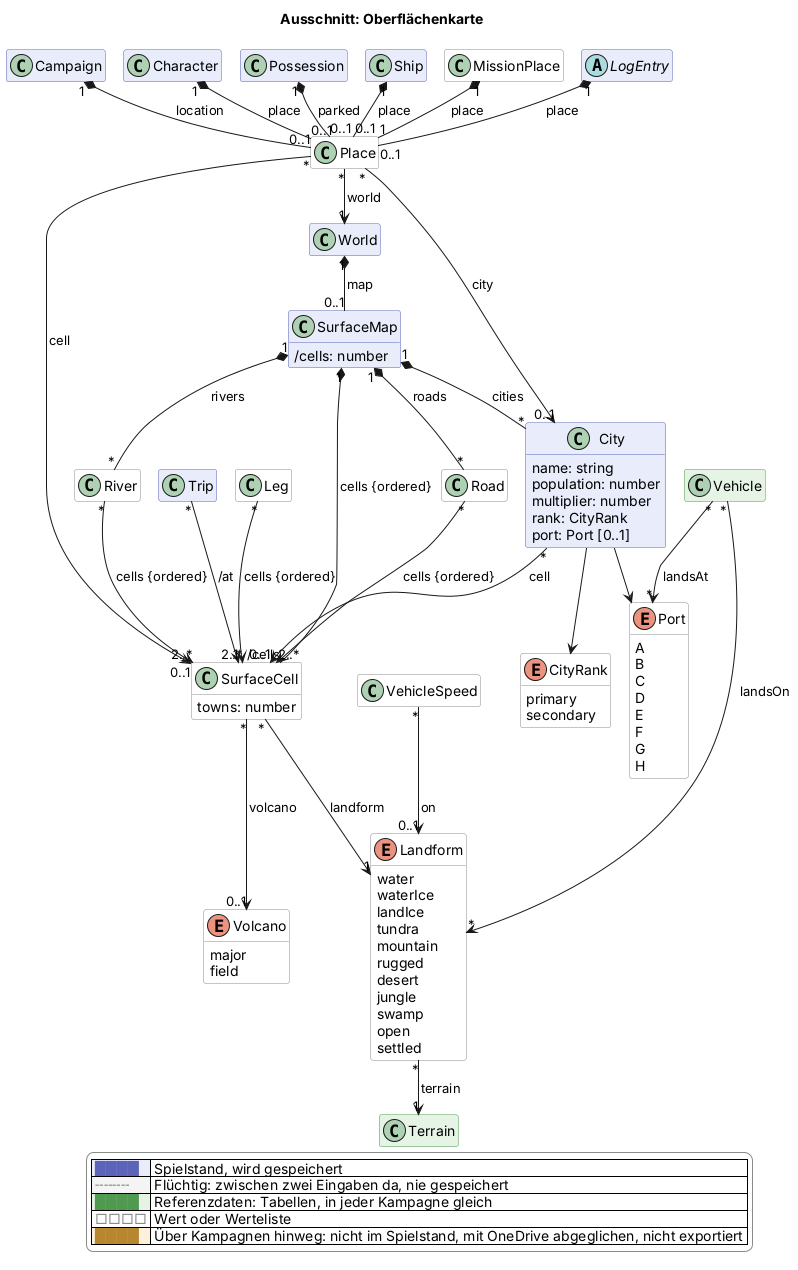
scuzzar/SRE keeps this PlantUML diagram as docs/views/oberflaeche.png. Above is the earlier version.
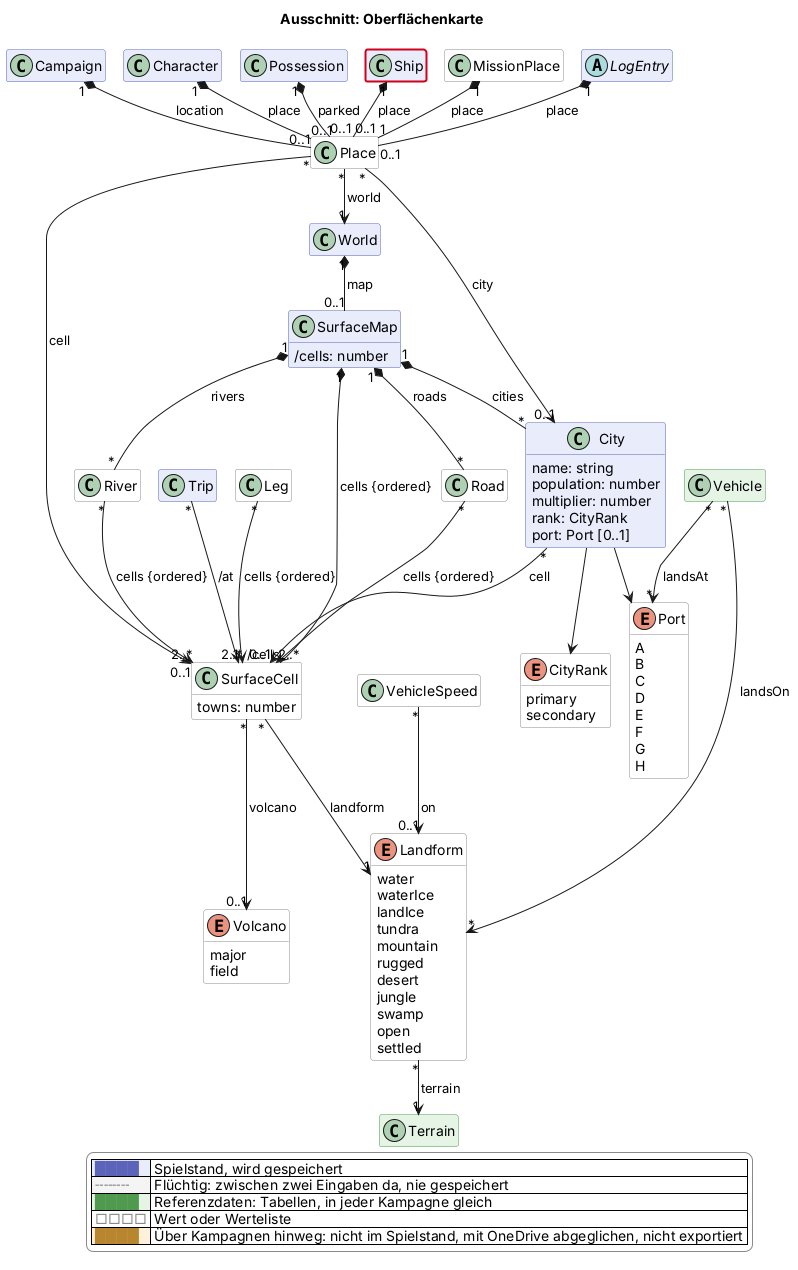
After the commit.

The edit, as a diff of the source:
```diff
@@ -77,6 +77,7 @@
 
 
 
+
   class World $sektor
 
   class MissionPlace <<value>> $mission
@@ -147,6 +148,7 @@
 
 
 
+
 Character "1" *-- "0..1" Place : place
 MissionPlace "1" *-- "1" Place : place
 
@@ -190,4 +192,5 @@
   |<#ffffff> <color:#8a8a8a>□□□□</color> | Wert oder Werteliste |
   |<#fdf1dc> <color:#b8862e>████</color> | Über Kampagnen hinweg: nicht im Spielstand, mit OneDrive abgeglichen, nicht exportiert |
 endlegend
+class Ship #line:d0021b;line.bold
 @enduml
```
